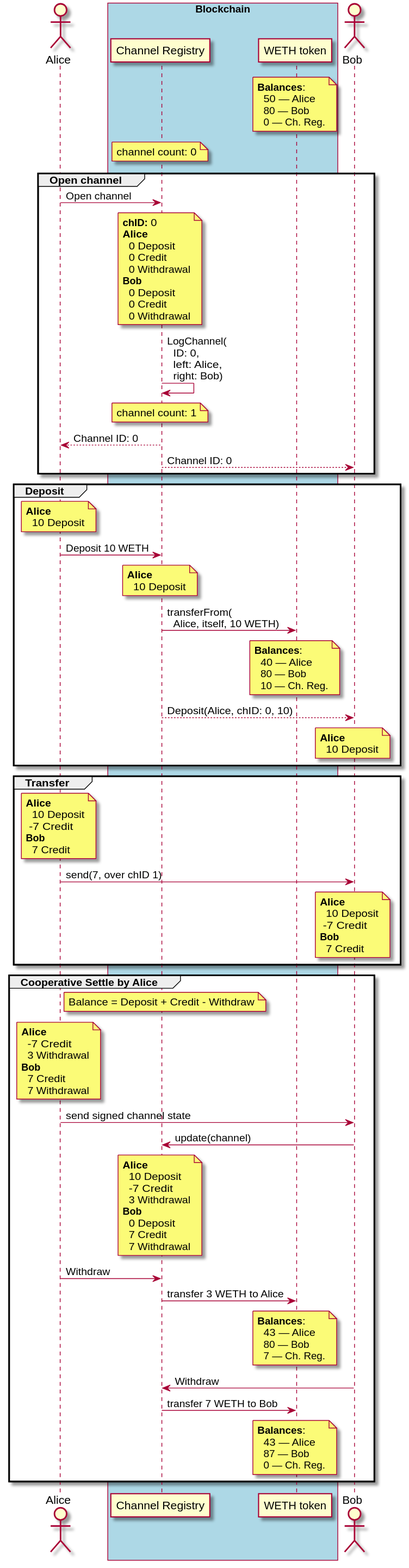
The PlantUML diagram unconditional-payment.svg in enumatech/cljs-abi-viewer, before a commit.
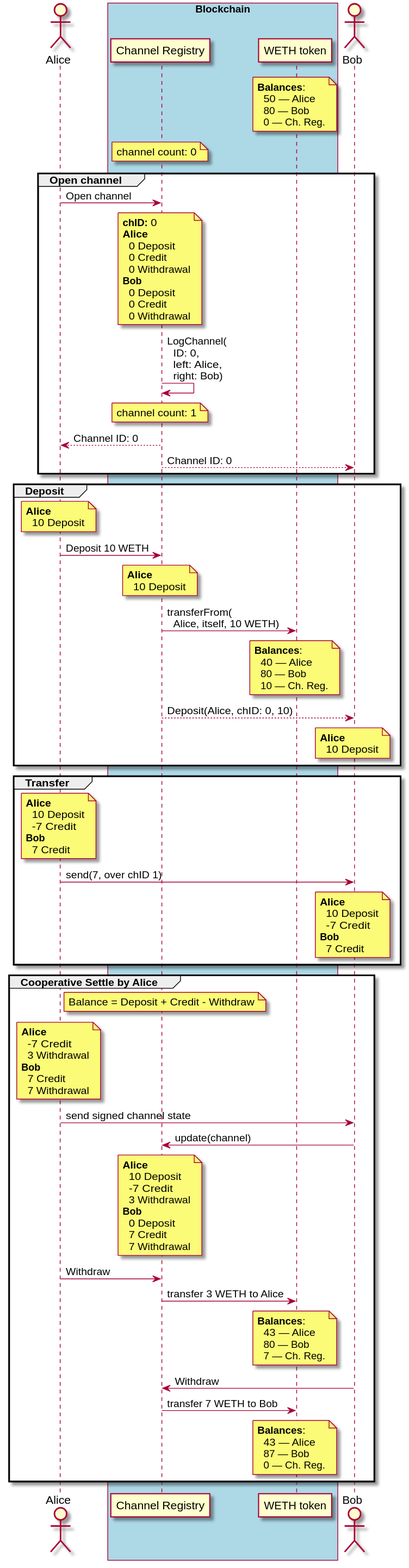
The same file after the commit.

Commit message:
Convert single-line notes in sequence diagrams into multi-line syntax

The edit, as a diff of the source:
```diff
@@ -8,48 +8,136 @@
 
 actor Bob as B
 
-note over weth: **Balances**:\n  50 — Alice\n  80 — Bob\n  0 — Ch. Reg.
-note over reg: channel count: 0
+note over weth
+    **Balances**:
+      50 — Alice
+      80 — Bob
+      0 — Ch. Reg.
+end note
+
+note over reg
+    channel count: 0
+end note
+
 
 group Open channel
     A -> reg: Open channel
-    note over reg: **chID:** 0\n**Alice**\n  0 Deposit\n  0 Credit\n  0 Withdrawal\n**Bob**\n  0 Deposit\n  0 Credit\n  0 Withdrawal
+
+    note over reg
+        **chID:** 0
+        **Alice**
+          0 Deposit
+          0 Credit
+          0 Withdrawal
+        **Bob**
+          0 Deposit
+          0 Credit
+          0 Withdrawal
+    end note
+
     reg -> reg: LogChannel(\n  ID: 0,\n  left: Alice,\n  right: Bob)
+
     note over reg: channel count: 1
+
     reg --> A: Channel ID: 0
     reg --> B: Channel ID: 0
 end
 
 group Deposit
-    note over A: **Alice**\n  10 Deposit
+    note over A
+        **Alice**
+          10 Deposit
+    end note
+
     A -> reg: Deposit 10 WETH
-    note over reg: **Alice**\n  10 Deposit
+
+    note over reg
+        **Alice**
+          10 Deposit
+    end note
+
     reg -> weth: transferFrom(\n  Alice, itself, 10 WETH)
-    note over weth: **Balances**:\n  40 — Alice\n  80 — Bob\n  10 — Ch. Reg.
+
+    note over weth
+        **Balances**:
+          40 — Alice
+          80 — Bob
+          10 — Ch. Reg.
+    end note
+
     reg --> B: Deposit(Alice, chID: 0, 10)
-    note over B: **Alice**\n  10 Deposit
+
+    note over B
+        **Alice**
+          10 Deposit
+    end note
 end
 
 group Transfer
-    note over A: **Alice**\n  10 Deposit\n -7 Credit\n**Bob**\n  7 Credit
+    note over A
+        **Alice**
+          10 Deposit
+          -7 Credit
+        **Bob**
+          7 Credit
+    end note
+
     A -> B: send(7, over chID 1)
-    note over B: **Alice**\n  10 Deposit\n -7 Credit\n**Bob**\n  7 Credit
+
+    note over B
+        **Alice**
+          10 Deposit
+          -7 Credit
+        **Bob**
+          7 Credit
+    end note
 end
 
 group Cooperative Settle by Alice
     note right A: Balance = Deposit + Credit - Withdraw
-    note over A: **Alice**\n  -7 Credit\n  3 Withdrawal\n**Bob**\n  7 Credit\n  7 Withdrawal
+
+    note over A
+        **Alice**
+          -7 Credit
+          3 Withdrawal
+        **Bob**
+          7 Credit
+          7 Withdrawal
+    end note
+
     A -> B: send signed channel state
     B -> reg: update(channel)
-    note over reg: **Alice**\n  10 Deposit\n  -7 Credit\n  3 Withdrawal\n**Bob**\n  0 Deposit\n  7 Credit\n  7 Withdrawal
+
+    note over reg
+        **Alice**
+          10 Deposit
+          -7 Credit
+          3 Withdrawal
+        **Bob**
+          0 Deposit
+          7 Credit
+          7 Withdrawal
+    end note
+
 
     A -> reg: Withdraw
     reg -> weth: transfer 3 WETH to Alice
-    note over weth: **Balances**:\n  43 — Alice\n  80 — Bob\n  7 — Ch. Reg.
+    note over weth
+        **Balances**:
+          43 — Alice
+          80 — Bob
+          7 — Ch. Reg.
+    end note
 
     B -> reg: Withdraw
     reg -> weth: transfer 7 WETH to Bob
-    note over weth: **Balances**:\n  43 — Alice\n  87 — Bob\n  0 — Ch. Reg.
+
+    note over weth
+        **Balances**:
+          43 — Alice
+          87 — Bob
+          0 — Ch. Reg.
+    end note
 end
 
 @enduml
```
